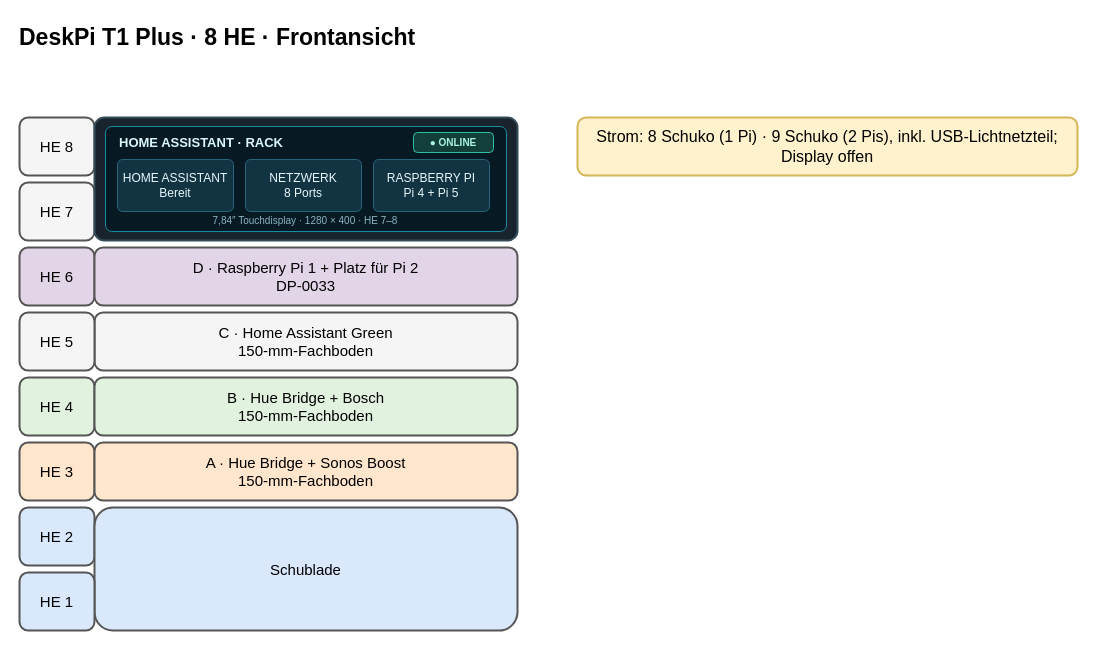
Before: page "DeskPi 8 HE – Front" (1 of 7) of 10-zoll-rack-planung.drawio in tiptronic/diagrams, a draw.io diagram. Source tidied: cells renumbered, new cells numbered last; positions are measured from the earlier drawing's top-left corner, leaving out a move shared by most shapes. Both pictures are drawn from the tidied source at 100%, with x=0, y=0 at pixel (17, 17).
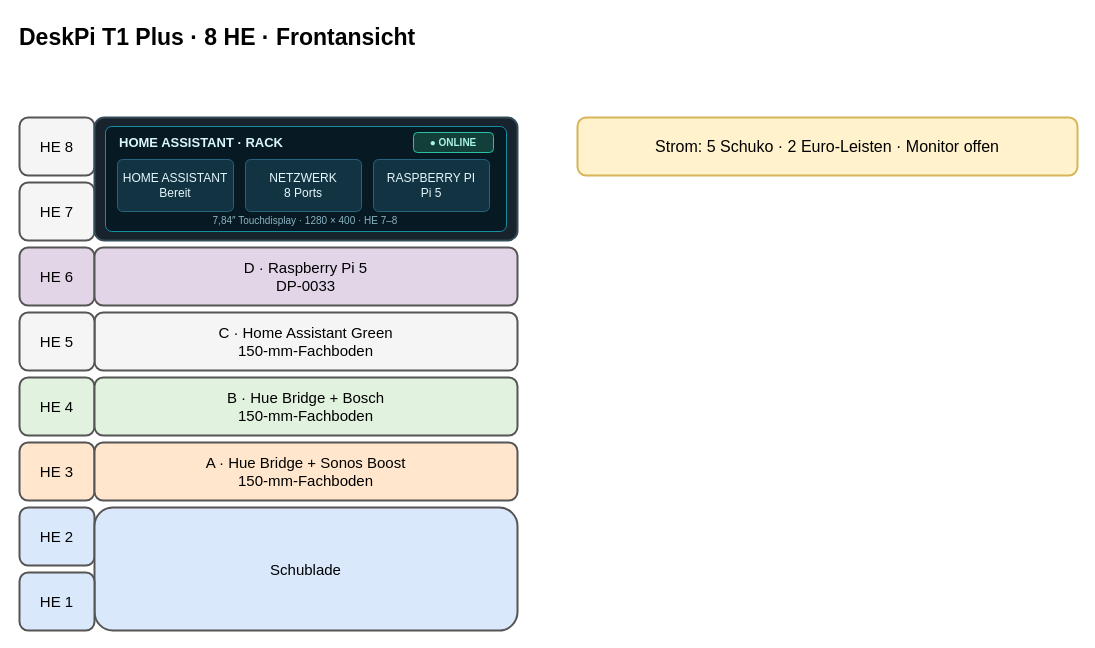
After the change.

Diff of the diagram source:
```diff
@@
-    <mxCell id="8" value="D · Raspberry Pi 1 + Platz für Pi 2&#10;DP-0033" style="rounded=1;whiteSpace=wrap;html=1;align=center;verticalAlign=middle;strokeWidth=2;fontSize=15;fillColor=#e1d5e7;strokeColor=#555555;" parent="1" vertex="1">
+    <mxCell id="8" value="D · Raspberry Pi 5&#10;DP-0033" style="rounded=1;whiteSpace=wrap;html=1;align=center;verticalAlign=middle;strokeWidth=2;fontSize=15;fillColor=#e1d5e7;strokeColor=#555555;" parent="1" vertex="1">
       <mxGeometry x="77" y="230" width="423" height="58" as="geometry" />
     </mxCell>
@@
-    <mxCell id="22" value="RASPBERRY PI&#10;Pi 4 + Pi 5" style="rounded=1;arcSize=10;whiteSpace=wrap;html=1;align=center;verticalAlign=middle;strokeWidth=1;fillColor=#123341;strokeColor=#25647a;fontSize=12;fontColor=#e7f7fb;" parent="1" vertex="1">
+    <mxCell id="22" value="RASPBERRY PI&#10;Pi 5" style="rounded=1;arcSize=10;whiteSpace=wrap;html=1;align=center;verticalAlign=middle;strokeWidth=1;fillColor=#123341;strokeColor=#25647a;fontSize=12;fontColor=#e7f7fb;" parent="1" vertex="1">
       <mxGeometry x="356" y="142" width="116" height="52" as="geometry" />
     </mxCell>
@@
-    <mxCell id="24" value="Strom: 8 Schuko (1 Pi) · 9 Schuko (2 Pis), inkl. USB-Lichtnetzteil; Display offen" style="rounded=1;whiteSpace=wrap;html=1;align=center;verticalAlign=middle;strokeWidth=2;fontSize=16;fillColor=#fff2cc;strokeColor=#d6b656;" parent="1" vertex="1">
+    <mxCell id="24" value="Strom: 5 Schuko · 2 Euro-Leisten · Monitor offen" style="rounded=1;whiteSpace=wrap;html=1;align=center;verticalAlign=middle;strokeWidth=2;fontSize=16;fillColor=#fff2cc;strokeColor=#d6b656;" parent="1" vertex="1">
       <mxGeometry x="560" y="100" width="500" height="58" as="geometry" />
     </mxCell>
```
